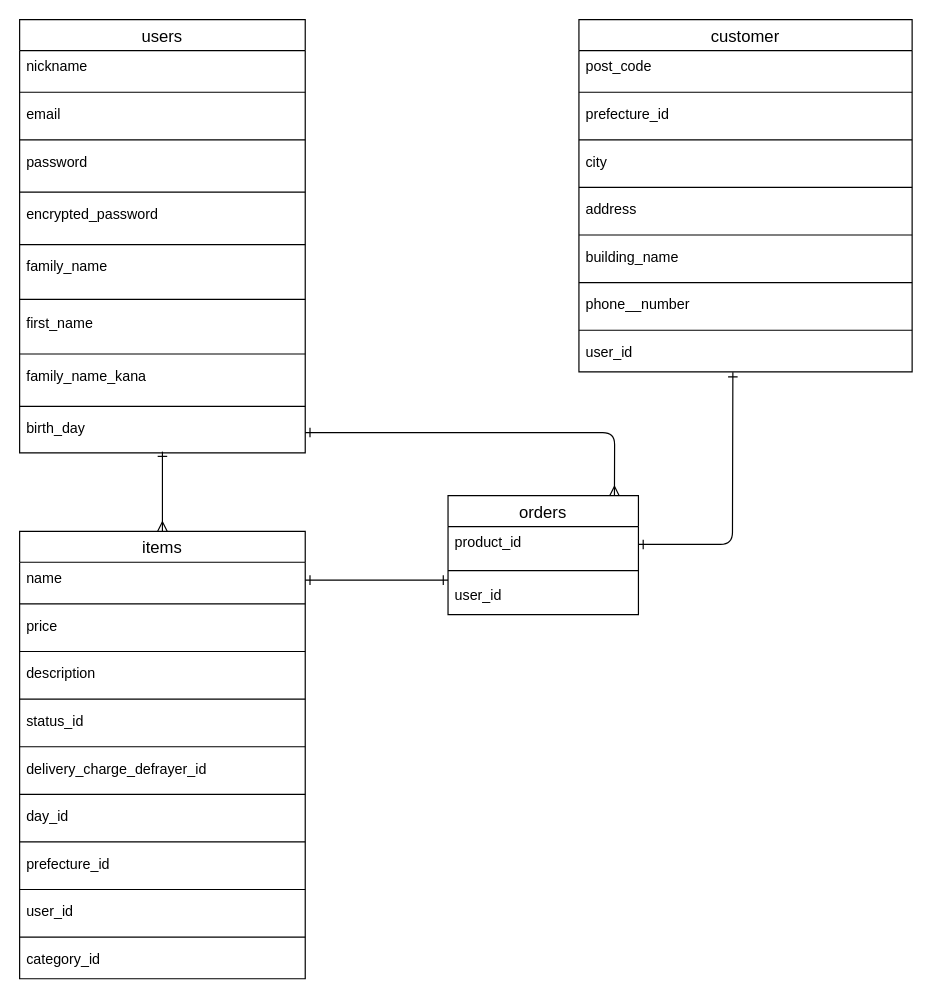
Before: furima.dio in dadadasouta/furima-38457, a draw.io diagram. Source tidied: cells renumbered, new cells numbered last; positions are measured from the earlier drawing's top-left corner, leaving out a move shared by most shapes. Both pictures are drawn from the tidied source at 119%, with x=0, y=0 at pixel (19, 19).
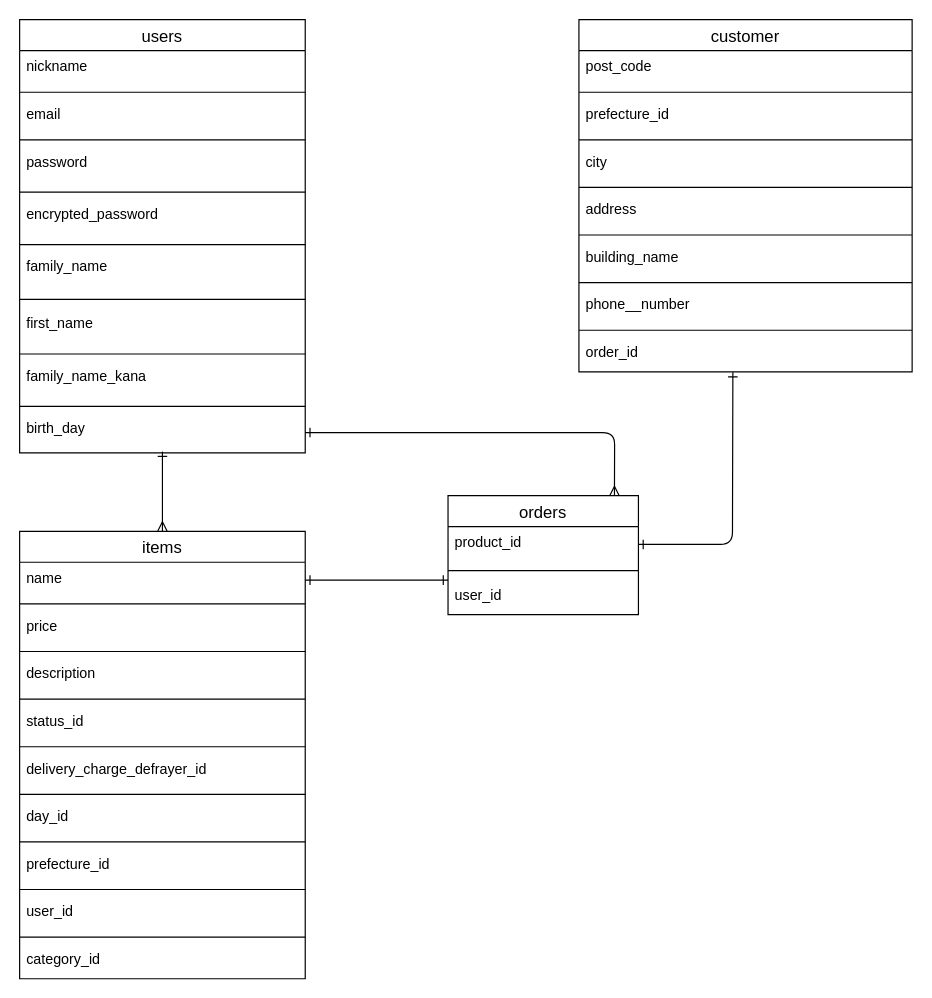
After the change.

The change refers to these unchanged cells:
```xml
<mxCell id="37" value="customer" style="swimlane;fontStyle=0;horizontal=1;startSize=26;align=center;fontSize=14;" parent="1" vertex="1">
  <mxGeometry x="470" width="280" height="296" as="geometry" />
</mxCell>
```

What changed in the source:
```diff
@@
-    <mxCell id="50" value="user_id" style="text;strokeColor=none;fillColor=none;spacingLeft=4;spacingRight=4;overflow=hidden;points=[[0,0.5],[1,0.5]];portConstraint=eastwest;fontSize=12;" parent="37" vertex="1">
+    <mxCell id="50" value="order_id" style="text;strokeColor=none;fillColor=none;spacingLeft=4;spacingRight=4;overflow=hidden;points=[[0,0.5],[1,0.5]];portConstraint=eastwest;fontSize=12;" parent="37" vertex="1">
       <mxGeometry y="266" width="280" height="30" as="geometry" />
     </mxCell>
```
